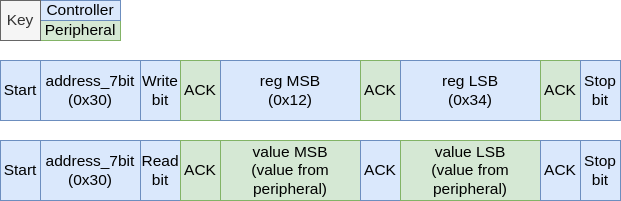
This is docs/modules/peripherals/images/I2C_Controller_Read_16_Bit_Register.png from AdamVeazey/edf, a draw.io export, as it was before one commit. Source tidied: cells renumbered, new cells last; positions are measured from the earlier drawing's top-left corner, leaving out a move shared by most shapes.
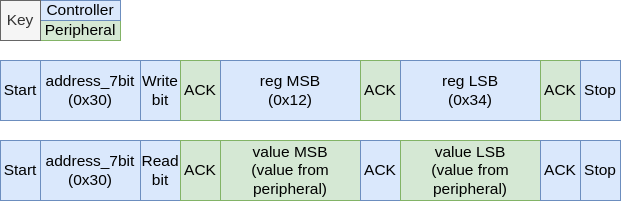
The same file after the commit.

Commit message:
Update images to not say 'stop bit' but just 'stop' instead

Diff of the diagram source:
```diff
@@ -32,7 +32,7 @@
     <mxCell id="11" value="ACK" style="rounded=0;whiteSpace=wrap;html=1;fontSize=15.5;fillColor=#d5e8d4;strokeColor=#82b366;fontFamily=Helvetica;labelBorderColor=none;" parent="1" vertex="1">
       <mxGeometry x="540" y="60" width="40" height="60" as="geometry" />
     </mxCell>
-    <mxCell id="12" value="Stop&lt;br style=&quot;font-size: 15.5px;&quot;&gt;bit" style="rounded=0;whiteSpace=wrap;html=1;fontSize=15.5;fillColor=#dae8fc;strokeColor=#6c8ebf;fontFamily=Helvetica;labelBorderColor=none;" parent="1" vertex="1">
+    <mxCell id="12" value="Stop" style="rounded=0;whiteSpace=wrap;html=1;fontSize=15.5;fillColor=#dae8fc;strokeColor=#6c8ebf;fontFamily=Helvetica;labelBorderColor=none;" parent="1" vertex="1">
       <mxGeometry x="580" y="60" width="40" height="60" as="geometry" />
     </mxCell>
     <mxCell id="13" value="Key" style="rounded=0;whiteSpace=wrap;html=1;fontSize=15.5;fillColor=#f5f5f5;fontColor=#333333;strokeColor=#666666;fontFamily=Helvetica;labelBorderColor=none;" parent="1" vertex="1">
@@ -50,7 +50,7 @@
     <mxCell id="17" value="ACK" style="rounded=0;whiteSpace=wrap;html=1;fontSize=15.5;fillColor=#dae8fc;strokeColor=#6c8ebf;fontFamily=Helvetica;labelBorderColor=none;" parent="1" vertex="1">
       <mxGeometry x="540" y="140" width="40" height="60" as="geometry" />
     </mxCell>
-    <mxCell id="18" value="Stop&lt;br style=&quot;font-size: 15.5px;&quot;&gt;bit" style="rounded=0;whiteSpace=wrap;html=1;fontSize=15.5;fillColor=#dae8fc;strokeColor=#6c8ebf;fontFamily=Helvetica;labelBorderColor=none;" parent="1" vertex="1">
+    <mxCell id="18" value="Stop" style="rounded=0;whiteSpace=wrap;html=1;fontSize=15.5;fillColor=#dae8fc;strokeColor=#6c8ebf;fontFamily=Helvetica;labelBorderColor=none;" parent="1" vertex="1">
       <mxGeometry x="580" y="140" width="40" height="60" as="geometry" />
     </mxCell>
     <mxCell id="19" value="Start" style="rounded=0;whiteSpace=wrap;html=1;fillColor=#dae8fc;strokeColor=#6c8ebf;fontSize=15.5;fontFamily=Helvetica;labelBorderColor=none;" parent="1" vertex="1">
```
